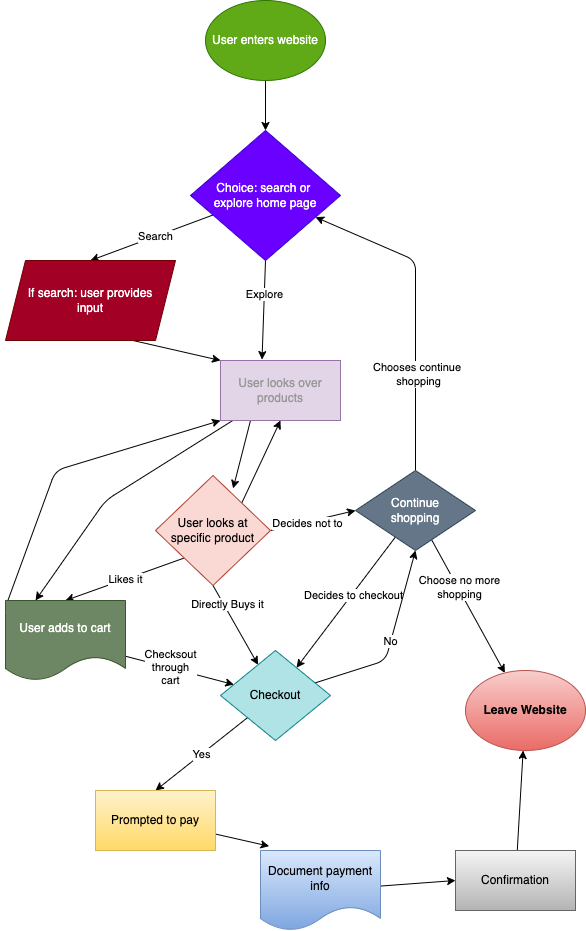
The draw.io diagram explore/diagramming/diagram.drawio.png in Steven-Hsu1/sp23-cse110-lab4, before a commit. Source tidied: cells renumbered, new cells last; positions are measured from the earlier drawing's top-left corner, leaving out a move shared by most shapes.
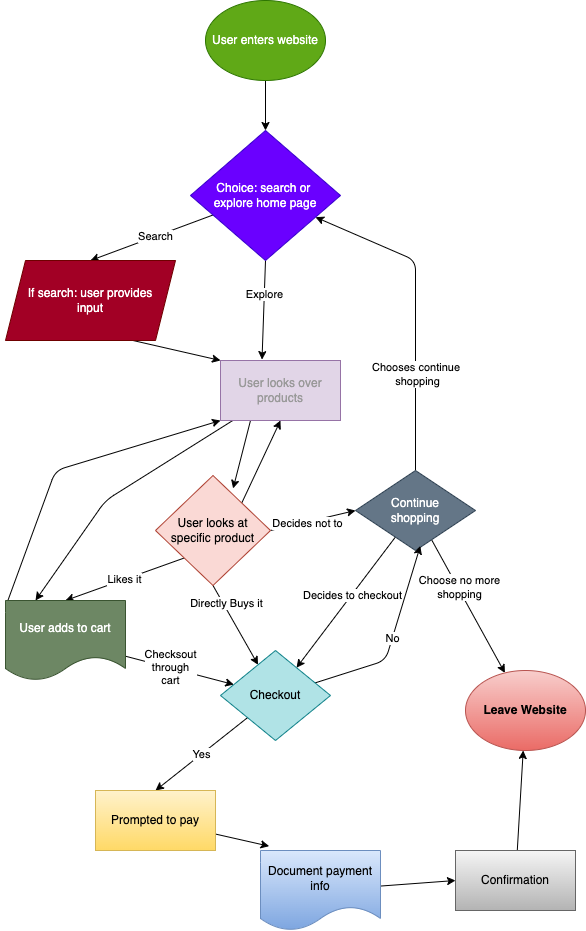
Above is the later version.

What changed in the source:
```diff
@@ -119,7 +119,7 @@
     <mxCell id="32" value="&lt;span style=&quot;background-color: rgb(255, 255, 255);&quot;&gt;Yes&lt;/span&gt;" style="edgeStyle=none;html=1;entryX=0.5;entryY=0;entryDx=0;entryDy=0;fontColor=#000000;" parent="1" edge="1" source="34" target="37">
       <mxGeometry relative="1" as="geometry" />
     </mxCell>
-    <mxCell id="33" value="&lt;font style=&quot;background-color: rgb(255, 255, 255);&quot; color=&quot;#000000&quot;&gt;No&lt;/font&gt;" style="edgeStyle=none;html=1;entryX=0.5;entryY=1;entryDx=0;entryDy=0;fontColor=#FFFFFF;" parent="1" edge="1" source="34" target="26">
+    <mxCell id="33" value="&lt;font style=&quot;background-color: rgb(255, 255, 255);&quot; color=&quot;#000000&quot;&gt;No&lt;br&gt;&lt;/font&gt;" style="edgeStyle=none;html=1;entryX=0.54;entryY=0.944;entryDx=0;entryDy=0;fontColor=#FFFFFF;entryPerimeter=0;" parent="1" edge="1" source="34" target="26">
       <mxGeometry relative="1" as="geometry">
         <Array as="points">
           <mxPoint x="380" y="660" />
```
